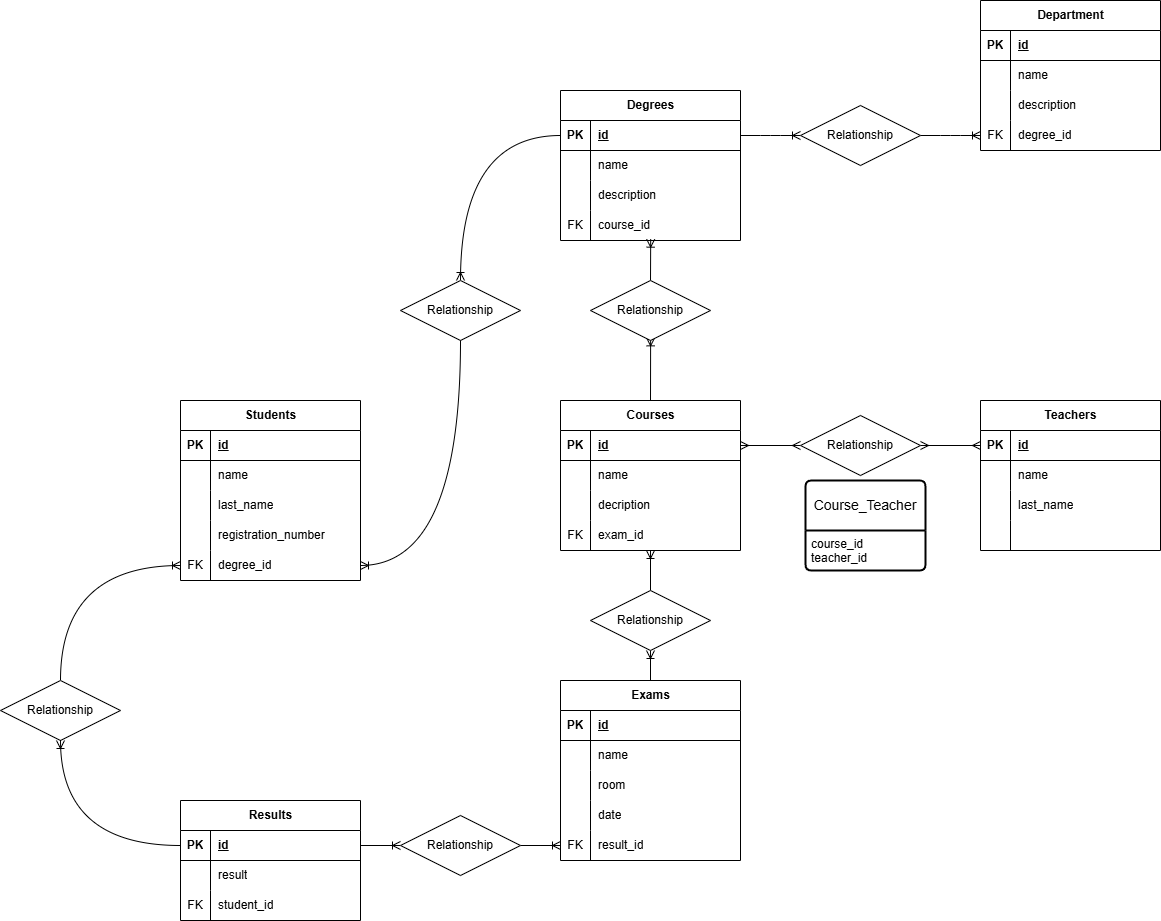
This is Diagram.png from Mattia-Giacobelli/db-university, a draw.io export, as it was before one commit. Source tidied: cells renumbered, new cells last; positions are measured from the earlier drawing's top-left corner, leaving out a move shared by most shapes.
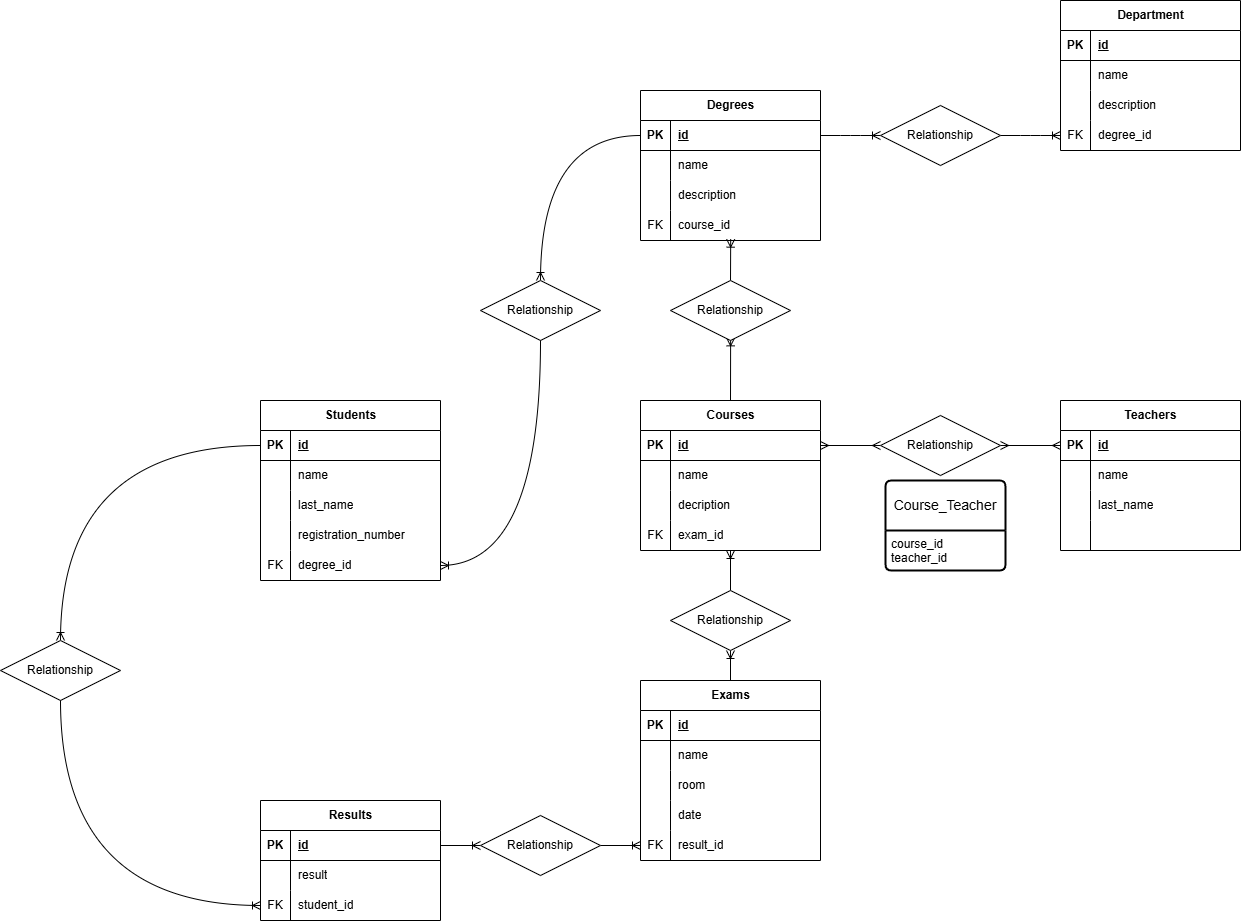
After the change.

Commit message:
revert the student- result arrow

Diff of the diagram source:
```diff
@@ -338,20 +338,20 @@
     <mxCell id="113" value="Relationship" style="shape=rhombus;perimeter=rhombusPerimeter;whiteSpace=wrap;html=1;align=center;" parent="1" vertex="1">
       <mxGeometry x="400" y="280" width="120" height="60" as="geometry" />
     </mxCell>
-    <mxCell id="114" style="fontSize=12;html=1;endArrow=ERoneToMany;exitX=0.5;exitY=0;exitDx=0;exitDy=0;entryX=0;entryY=0.5;entryDx=0;entryDy=0;edgeStyle=orthogonalEdgeStyle;curved=1;" parent="1" edge="1" source="115" target="83">
-      <mxGeometry relative="1" as="geometry" />
-    </mxCell>
-    <mxCell id="115" value="Relationship" style="shape=rhombus;perimeter=rhombusPerimeter;whiteSpace=wrap;html=1;align=center;" parent="1" vertex="1">
-      <mxGeometry y="680" width="120" height="60" as="geometry" />
-    </mxCell>
-    <mxCell id="116" style="fontSize=12;html=1;endArrow=ERoneToMany;exitX=0;exitY=0.5;exitDx=0;exitDy=0;entryX=0.5;entryY=1;entryDx=0;entryDy=0;edgeStyle=orthogonalEdgeStyle;curved=1;" parent="1" edge="1" source="87" target="115">
-      <mxGeometry relative="1" as="geometry" />
-    </mxCell>
     <mxCell id="117" style="edgeStyle=entityRelationEdgeStyle;fontSize=12;html=1;endArrow=ERoneToMany;exitX=1;exitY=0.5;exitDx=0;exitDy=0;entryX=0;entryY=0.5;entryDx=0;entryDy=0;" parent="1" edge="1" source="16" target="118">
       <mxGeometry relative="1" as="geometry" />
     </mxCell>
     <mxCell id="118" value="Relationship" style="shape=rhombus;perimeter=rhombusPerimeter;whiteSpace=wrap;html=1;align=center;" parent="1" vertex="1">
       <mxGeometry x="800" y="105" width="120" height="60" as="geometry" />
     </mxCell>
+    <mxCell id="119" style="fontSize=12;html=1;endArrow=ERoneToMany;exitX=0.5;exitY=1;exitDx=0;exitDy=0;entryX=0;entryY=0.5;entryDx=0;entryDy=0;edgeStyle=orthogonalEdgeStyle;curved=1;" parent="1" edge="1" source="115" target="93">
+      <mxGeometry relative="1" as="geometry" />
+    </mxCell>
+    <mxCell id="120" style="fontSize=12;html=1;endArrow=ERoneToMany;exitX=0;exitY=0.5;exitDx=0;exitDy=0;entryX=0.5;entryY=0;entryDx=0;entryDy=0;edgeStyle=orthogonalEdgeStyle;curved=1;" parent="1" edge="1" source="71" target="115">
+      <mxGeometry relative="1" as="geometry" />
+    </mxCell>
+    <mxCell id="115" value="Relationship" style="shape=rhombus;perimeter=rhombusPerimeter;whiteSpace=wrap;html=1;align=center;" parent="1" vertex="1">
+      <mxGeometry x="-80" y="640" width="120" height="60" as="geometry" />
+    </mxCell>
   </root>
 </mxGraphModel>
```
